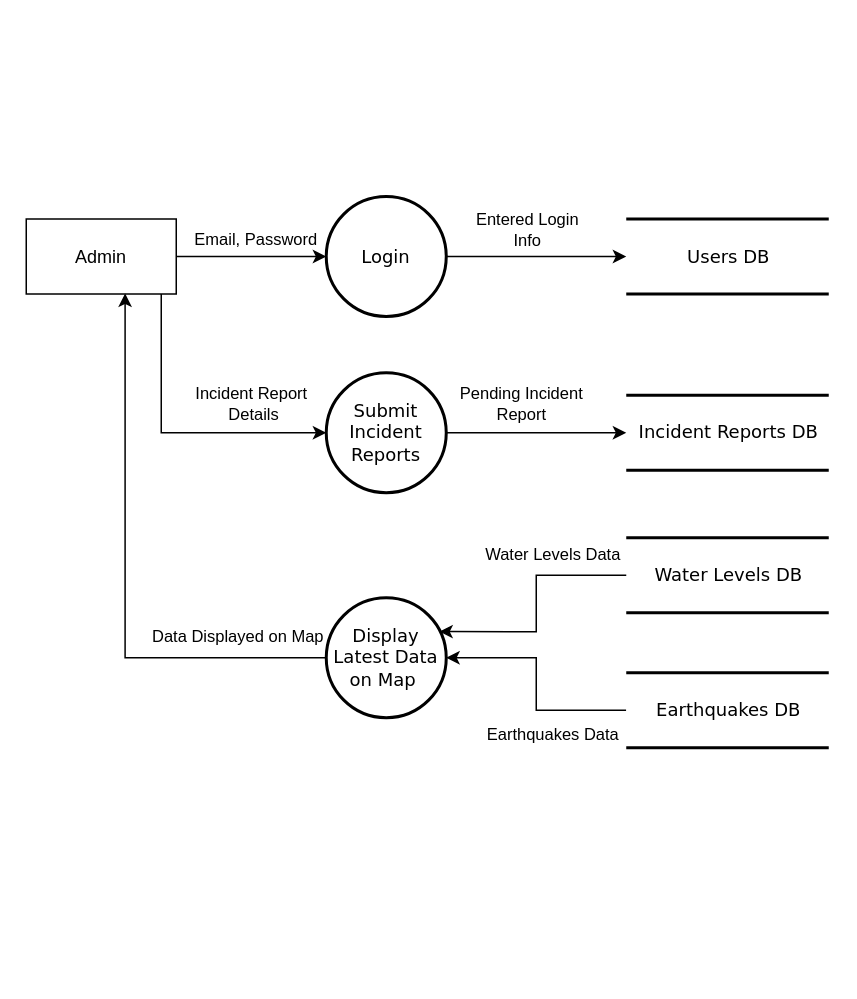
Earlier version of the draw.io diagram Projects/LVL2_DFD_ADMIN_APPSDEV.drawio (N0Obitaz/DrawIODiagrams). Source tidied: cells renumbered, new cells numbered last; positions are measured from the earlier drawing's top-left corner, leaving out a move shared by most shapes. Both pictures are drawn from the tidied source at 150%, with x=0, y=0 at pixel (26, 195).
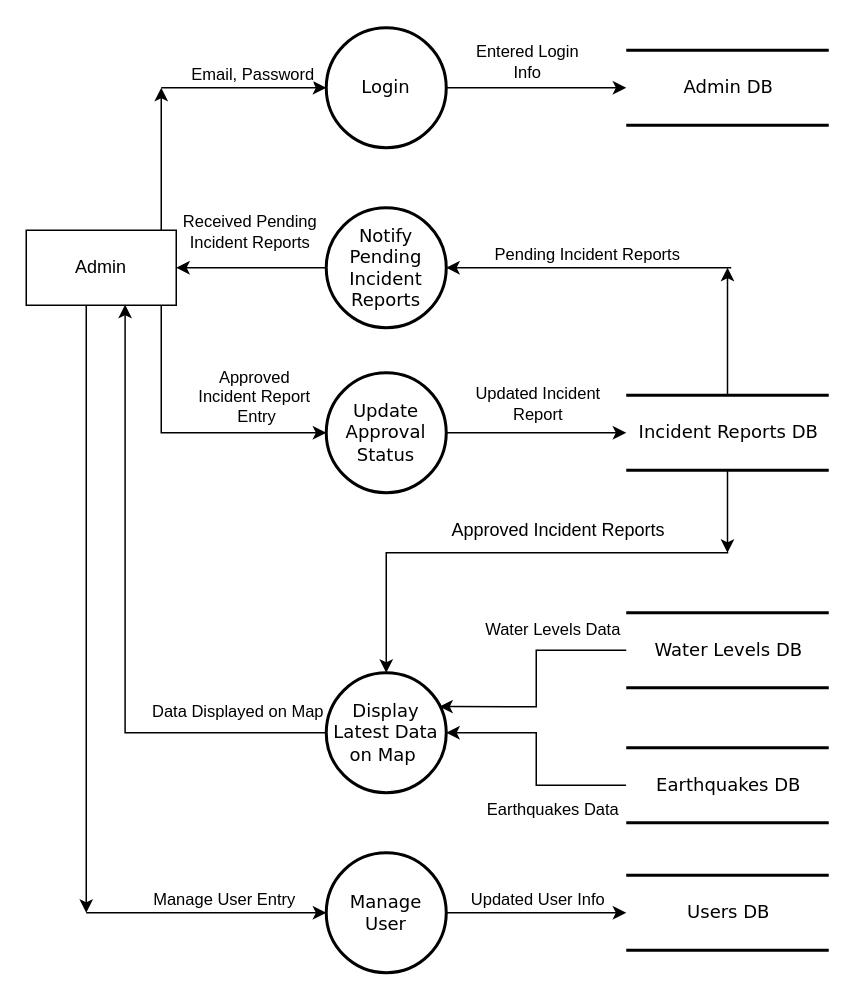
After the change.

The change refers to these unchanged cells:
```xml
<mxCell id="7" style="edgeStyle=orthogonalEdgeStyle;rounded=0;jettySize=auto;html=1;entryX=0;entryY=0.5;entryDx=0;entryDy=0;" parent="1" edge="1" source="9" target="11">
  <mxGeometry relative="1" as="geometry">
    <Array as="points">
      <mxPoint x="90" y="158" />
    </Array>
  </mxGeometry>
</mxCell>
<mxCell id="12" value="Incident Reports DB" style="html=1;rounded=0;shadow=0;comic=0;labelBackgroundColor=none;strokeWidth=2;fontFamily=Verdana;fontSize=12;align=center;shape=mxgraph.ios7ui.horLines;" parent="1" vertex="1">
  <mxGeometry x="400" y="133" width="135" height="50" as="geometry" />
</mxCell>
<mxCell id="13" style="edgeStyle=orthogonalEdgeStyle;rounded=0;jettySize=auto;html=1;" parent="1" edge="1" target="12">
  <mxGeometry relative="1" as="geometry">
    <mxPoint x="280" y="158" as="sourcePoint" />
    <Array as="points">
      <mxPoint x="390" y="158" />
      <mxPoint x="390" y="158" />
    </Array>
  </mxGeometry>
</mxCell>
```

The edit, as a diff of the source:
```diff
@@
-    <mxCell id="2" value="Users DB" style="html=1;rounded=0;shadow=0;comic=0;labelBackgroundColor=none;strokeWidth=2;fontFamily=Verdana;fontSize=12;align=center;shape=mxgraph.ios7ui.horLines;" parent="1" vertex="1">
-      <mxGeometry x="400" y="15.5" width="135" height="50" as="geometry" />
+    <mxCell id="2" value="Admin DB" style="html=1;rounded=0;shadow=0;comic=0;labelBackgroundColor=none;strokeWidth=2;fontFamily=Verdana;fontSize=12;align=center;shape=mxgraph.ios7ui.horLines;" parent="1" vertex="1">
+      <mxGeometry x="400" y="-97" width="135" height="50" as="geometry" />
     </mxCell>
@@
-    <mxCell id="5" style="edgeStyle=orthogonalEdgeStyle;rounded=0;jettySize=auto;html=1;entryX=0;entryY=0.5;entryDx=0;entryDy=0;" parent="1" edge="1" source="9" target="10">
-      <mxGeometry relative="1" as="geometry" />
+    <mxCell id="5" style="edgeStyle=orthogonalEdgeStyle;rounded=0;jettySize=auto;html=1;entryX=0;entryY=0.5;entryDx=0;entryDy=0;" parent="1" edge="1" target="10">
+      <mxGeometry relative="1" as="geometry">
+        <mxPoint x="90" y="-72" as="sourcePoint" />
+        <Array as="points">
+          <mxPoint x="90" y="-72" />
+        </Array>
+      </mxGeometry>
     </mxCell>
     <mxCell id="6" value="Email, Password" style="edgeLabel;html=1;align=center;verticalAlign=middle;" parent="5" vertex="1">
       <mxGeometry x="-0.15" y="2" relative="1" as="geometry">
-        <mxPoint x="9" y="-10" as="offset" />
+        <mxPoint x="13" y="-8" as="offset" />
       </mxGeometry>
     </mxCell>
@@
-    <mxCell id="8" value="Incident Report&lt;div&gt;&amp;nbsp;Details&lt;/div&gt;" style="edgeLabel;html=1;align=center;verticalAlign=middle;" parent="7" vertex="1">
+    <mxCell id="8" value="Approved&lt;div&gt;Incident Report&lt;div&gt;&amp;nbsp;Entry&lt;/div&gt;&lt;/div&gt;" style="edgeLabel;html=1;align=center;verticalAlign=middle;" parent="7" vertex="1">
       <mxGeometry x="0.45" relative="1" as="geometry">
-        <mxPoint x="5" y="-20" as="offset" />
+        <mxPoint x="5" y="-25" as="offset" />
       </mxGeometry>
     </mxCell>
+    <mxCell id="24" style="edgeStyle=orthogonalEdgeStyle;rounded=0;jettySize=auto;html=1;entryX=0;entryY=0.5;entryDx=0;entryDy=0;" parent="1" edge="1" target="37">
+      <mxGeometry relative="1" as="geometry">
+        <mxPoint x="40" y="478" as="sourcePoint" />
+        <Array as="points">
+          <mxPoint x="40" y="478" />
+        </Array>
+      </mxGeometry>
+    </mxCell>
+    <mxCell id="25" value="Manage User Entry" style="edgeLabel;html=1;align=center;verticalAlign=middle;" parent="24" vertex="1">
+      <mxGeometry x="0.76" y="2" relative="1" as="geometry">
+        <mxPoint x="-50" y="-8" as="offset" />
+      </mxGeometry>
+    </mxCell>
+    <mxCell id="26" style="edgeStyle=orthogonalEdgeStyle;rounded=0;jettySize=auto;html=1;" parent="1" edge="1" source="9">
+      <mxGeometry relative="1" as="geometry">
+        <mxPoint x="90" y="-72" as="targetPoint" />
+        <Array as="points">
+          <mxPoint x="90" y="-12" />
+          <mxPoint x="90" y="-12" />
+        </Array>
+      </mxGeometry>
+    </mxCell>
+    <mxCell id="27" style="edgeStyle=orthogonalEdgeStyle;rounded=0;jettySize=auto;html=1;" parent="1" edge="1" source="9">
+      <mxGeometry relative="1" as="geometry">
+        <mxPoint x="40" y="478" as="targetPoint" />
+        <Array as="points">
+          <mxPoint x="40" y="178" />
+          <mxPoint x="40" y="178" />
+        </Array>
+      </mxGeometry>
+    </mxCell>
     <mxCell id="9" value="Admin" style="html=1;dashed=0;whiteSpace=wrap;" parent="1" vertex="1">
-      <mxGeometry y="15.5" width="100" height="50" as="geometry" />
+      <mxGeometry y="23" width="100" height="50" as="geometry" />
     </mxCell>
     <mxCell id="10" value="Login" style="ellipse;whiteSpace=wrap;html=1;fontFamily=Verdana;rounded=0;shadow=0;comic=0;labelBackgroundColor=none;strokeWidth=2;" parent="1" vertex="1">
-      <mxGeometry x="200" y="0.5" width="80" height="80" as="geometry" />
+      <mxGeometry x="200" y="-112" width="80" height="80" as="geometry" />
     </mxCell>
-    <mxCell id="11" value="Submit Incident Reports" style="ellipse;whiteSpace=wrap;html=1;fontFamily=Verdana;rounded=0;shadow=0;comic=0;labelBackgroundColor=none;strokeWidth=2;" parent="1" vertex="1">
+    <mxCell id="11" value="Update Approval Status" style="ellipse;whiteSpace=wrap;html=1;fontFamily=Verdana;rounded=0;shadow=0;comic=0;labelBackgroundColor=none;strokeWidth=2;" parent="1" vertex="1">
       <mxGeometry x="200" y="118" width="80" height="80" as="geometry" />
     </mxCell>
+    <mxCell id="28" style="edgeStyle=orthogonalEdgeStyle;rounded=0;jettySize=auto;html=1;entryX=1;entryY=0.5;entryDx=0;entryDy=0;" parent="1" edge="1" target="34">
+      <mxGeometry relative="1" as="geometry">
+        <mxPoint x="470" y="48" as="sourcePoint" />
+        <Array as="points">
+          <mxPoint x="468" y="48" />
+        </Array>
+      </mxGeometry>
+    </mxCell>
+    <mxCell id="29" value="Pending Incident Reports" style="edgeLabel;html=1;align=center;verticalAlign=middle;" parent="28" vertex="1">
+      <mxGeometry x="-0.13" y="-2" relative="1" as="geometry">
+        <mxPoint x="-14" y="-8" as="offset" />
+      </mxGeometry>
+    </mxCell>
+    <mxCell id="30" style="edgeStyle=orthogonalEdgeStyle;rounded=0;jettySize=auto;html=1;" parent="1" edge="1" target="19">
+      <mxGeometry relative="1" as="geometry">
+        <mxPoint x="468" y="238" as="sourcePoint" />
+        <Array as="points">
+          <mxPoint x="467" y="238" />
+          <mxPoint x="240" y="238" />
+        </Array>
+      </mxGeometry>
+    </mxCell>
+    <mxCell id="31" style="edgeStyle=orthogonalEdgeStyle;rounded=0;jettySize=auto;html=1;" parent="1" edge="1" source="12">
+      <mxGeometry relative="1" as="geometry">
+        <mxPoint x="467.5" y="48" as="targetPoint" />
+      </mxGeometry>
+    </mxCell>
+    <mxCell id="32" style="edgeStyle=orthogonalEdgeStyle;rounded=0;jettySize=auto;html=1;" parent="1" edge="1" source="12">
+      <mxGeometry relative="1" as="geometry">
+        <mxPoint x="467.5" y="238" as="targetPoint" />
+      </mxGeometry>
+    </mxCell>
@@
-    <mxCell id="14" value="Pending Incident&lt;div&gt;Report&lt;/div&gt;" style="edgeLabel;html=1;align=center;verticalAlign=middle;" parent="13" vertex="1">
+    <mxCell id="14" value="Updated Incident&lt;div&gt;Report&lt;/div&gt;" style="edgeLabel;html=1;align=center;verticalAlign=middle;" parent="13" vertex="1">
       <mxGeometry x="-0.01" y="2" relative="1" as="geometry">
-        <mxPoint x="-10" y="-18" as="offset" />
+        <mxPoint x="1" y="-18" as="offset" />
       </mxGeometry>
     </mxCell>
     <mxCell id="15" value="Water Levels DB" style="html=1;rounded=0;shadow=0;comic=0;labelBackgroundColor=none;strokeWidth=2;fontFamily=Verdana;fontSize=12;align=center;shape=mxgraph.ios7ui.horLines;" parent="1" vertex="1">
-      <mxGeometry x="400" y="228" width="135" height="50" as="geometry" />
+      <mxGeometry x="400" y="278" width="135" height="50" as="geometry" />
     </mxCell>
@@
     <mxCell id="18" value="Earthquakes DB" style="html=1;rounded=0;shadow=0;comic=0;labelBackgroundColor=none;strokeWidth=2;fontFamily=Verdana;fontSize=12;align=center;shape=mxgraph.ios7ui.horLines;" parent="1" vertex="1">
-      <mxGeometry x="400" y="318" width="135" height="50" as="geometry" />
+      <mxGeometry x="400" y="368" width="135" height="50" as="geometry" />
     </mxCell>
     <mxCell id="19" value="Display&lt;div&gt;Latest Data on Map&amp;nbsp;&lt;/div&gt;" style="ellipse;whiteSpace=wrap;html=1;fontFamily=Verdana;rounded=0;shadow=0;comic=0;labelBackgroundColor=none;strokeWidth=2;" parent="1" vertex="1">
-      <mxGeometry x="200" y="268" width="80" height="80" as="geometry" />
+      <mxGeometry x="200" y="318" width="80" height="80" as="geometry" />
     </mxCell>
@@
     <mxCell id="22" value="Water Levels Data" style="edgeLabel;html=1;align=center;verticalAlign=middle;" parent="1" vertex="1">
-      <mxGeometry x="350" y="238" as="geometry" />
+      <mxGeometry x="350" y="288" as="geometry" />
     </mxCell>
     <mxCell id="23" value="Data Displayed on Map" style="edgeLabel;html=1;align=center;verticalAlign=middle;" parent="1" vertex="1">
-      <mxGeometry x="140" y="293" as="geometry" />
+      <mxGeometry x="140" y="343" as="geometry" />
     </mxCell>
+    <mxCell id="33" style="edgeStyle=orthogonalEdgeStyle;rounded=0;jettySize=auto;html=1;" parent="1" edge="1" source="34" target="9">
+      <mxGeometry relative="1" as="geometry" />
+    </mxCell>
+    <mxCell id="34" value="Notify Pending Incident Reports" style="ellipse;whiteSpace=wrap;html=1;fontFamily=Verdana;rounded=0;shadow=0;comic=0;labelBackgroundColor=none;strokeWidth=2;" parent="1" vertex="1">
+      <mxGeometry x="200" y="8" width="80" height="80" as="geometry" />
+    </mxCell>
+    <mxCell id="35" value="Received Pending&lt;div&gt;Incident Reports&lt;/div&gt;" style="edgeLabel;html=1;align=center;verticalAlign=middle;" parent="1" vertex="1">
+      <mxGeometry x="160" y="23" as="geometry">
+        <mxPoint x="-12" as="offset" />
+      </mxGeometry>
+    </mxCell>
+    <mxCell id="36" value="Approved Incident Reports" style="text;html=1;whiteSpace=wrap;strokeColor=none;fillColor=none;align=center;verticalAlign=middle;rounded=0;" parent="1" vertex="1">
+      <mxGeometry x="280" y="208" width="150" height="30" as="geometry" />
+    </mxCell>
+    <mxCell id="37" value="Manage User" style="ellipse;whiteSpace=wrap;html=1;fontFamily=Verdana;rounded=0;shadow=0;comic=0;labelBackgroundColor=none;strokeWidth=2;" parent="1" vertex="1">
+      <mxGeometry x="200" y="438" width="80" height="80" as="geometry" />
+    </mxCell>
+    <mxCell id="38" value="Users DB" style="html=1;rounded=0;shadow=0;comic=0;labelBackgroundColor=none;strokeWidth=2;fontFamily=Verdana;fontSize=12;align=center;shape=mxgraph.ios7ui.horLines;" parent="1" vertex="1">
+      <mxGeometry x="400" y="453" width="135" height="50" as="geometry" />
+    </mxCell>
+    <mxCell id="39" style="edgeStyle=orthogonalEdgeStyle;rounded=0;jettySize=auto;html=1;entryX=0;entryY=0.5;entryDx=0;entryDy=0;entryPerimeter=0;" parent="1" edge="1" source="37" target="38">
+      <mxGeometry relative="1" as="geometry" />
+    </mxCell>
+    <mxCell id="40" value="Updated User Info" style="edgeLabel;html=1;align=center;verticalAlign=middle;" parent="39" vertex="1">
+      <mxGeometry x="-0.22" relative="1" as="geometry">
+        <mxPoint x="13" y="-10" as="offset" />
+      </mxGeometry>
+    </mxCell>
```
